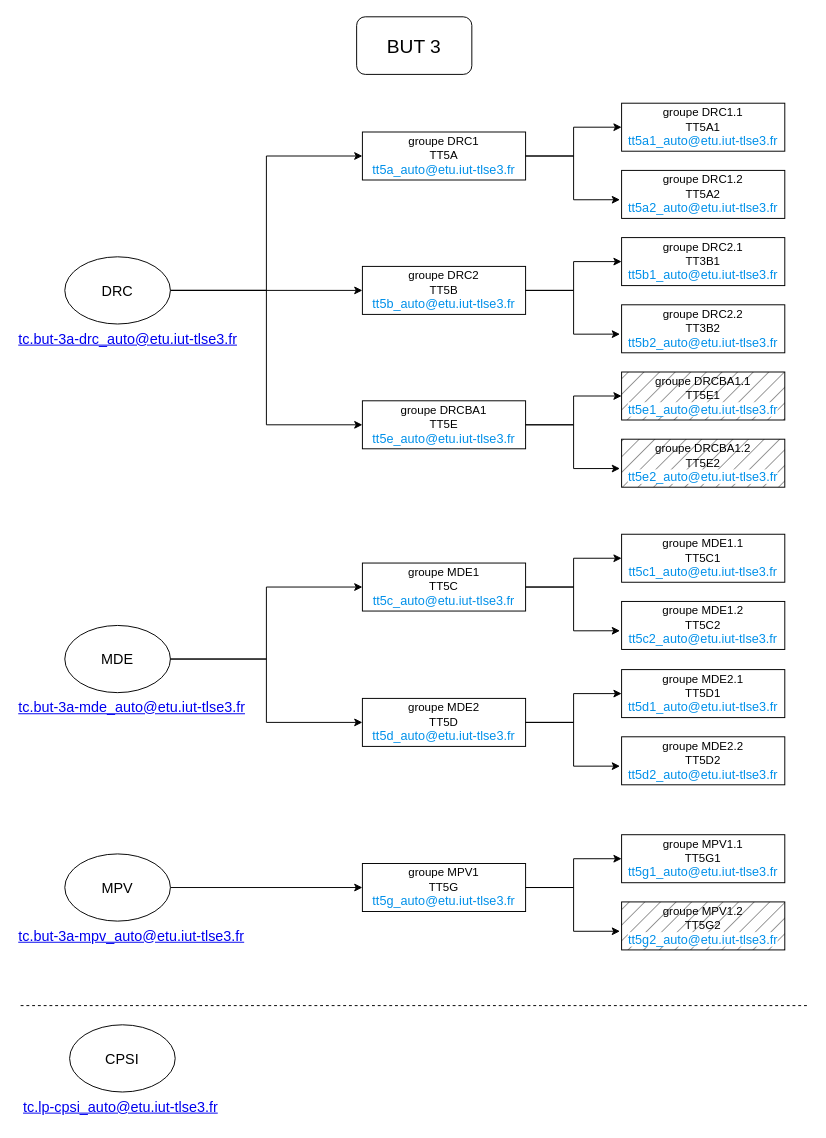
This is BUT3.drawio from gI7DUmmY/diagrams, a draw.io file, before an edit. Source tidied: cells renumbered, new cells numbered last; positions are measured from the earlier drawing's top-left corner, leaving out a move shared by most shapes. Both pictures are drawn from the tidied source at 96%, with x=0, y=0 at pixel (16, 16).
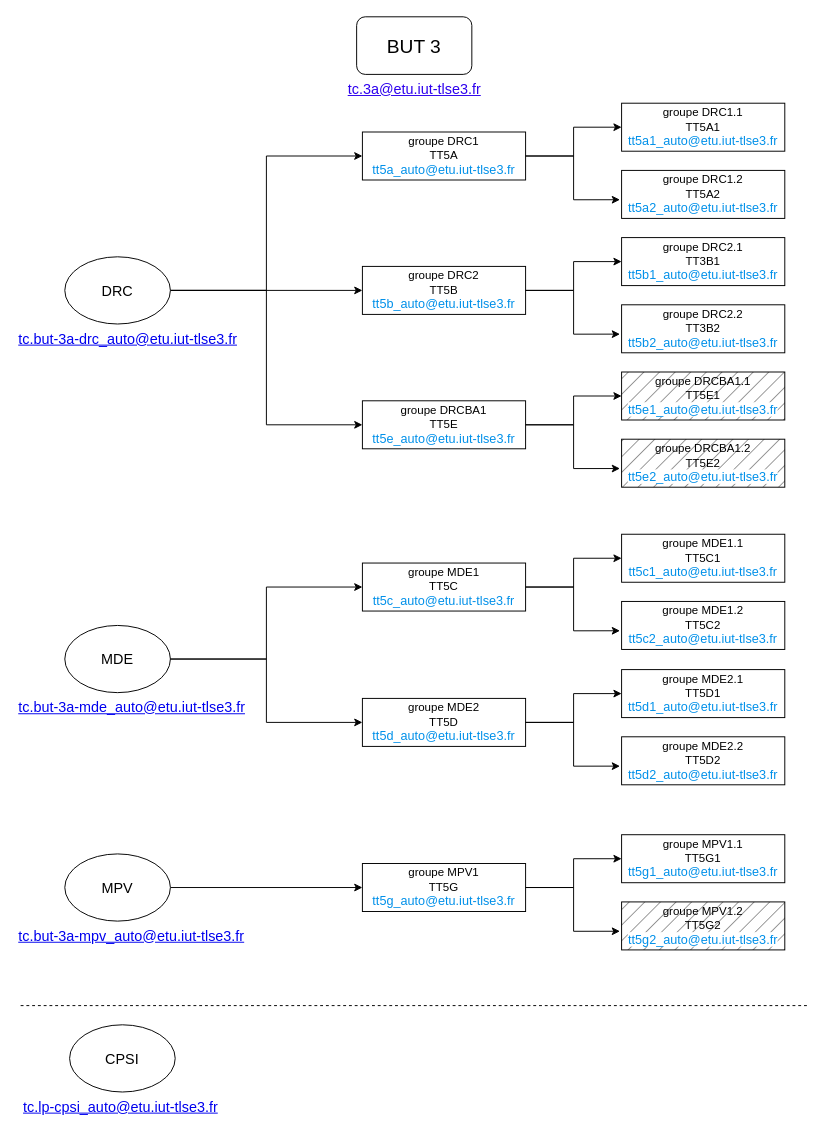
The same diagram, later.

Commit message:
Mettre à jour BUT3.drawio

What changed in the source:
```diff
@@
+    <mxCell id="48" value="tc.3a@etu.iut-tlse3.fr" style="text;html=1;strokeColor=none;fillColor=none;align=center;verticalAlign=middle;whiteSpace=wrap;rounded=0;fontSize=15;fontColor=light-dark(#2d00ee, #6bb4ff);fontStyle=4;" parent="1" vertex="1">
+      <mxGeometry x="341.5" y="60" width="145" height="30" as="geometry" />
+    </mxCell>
```
